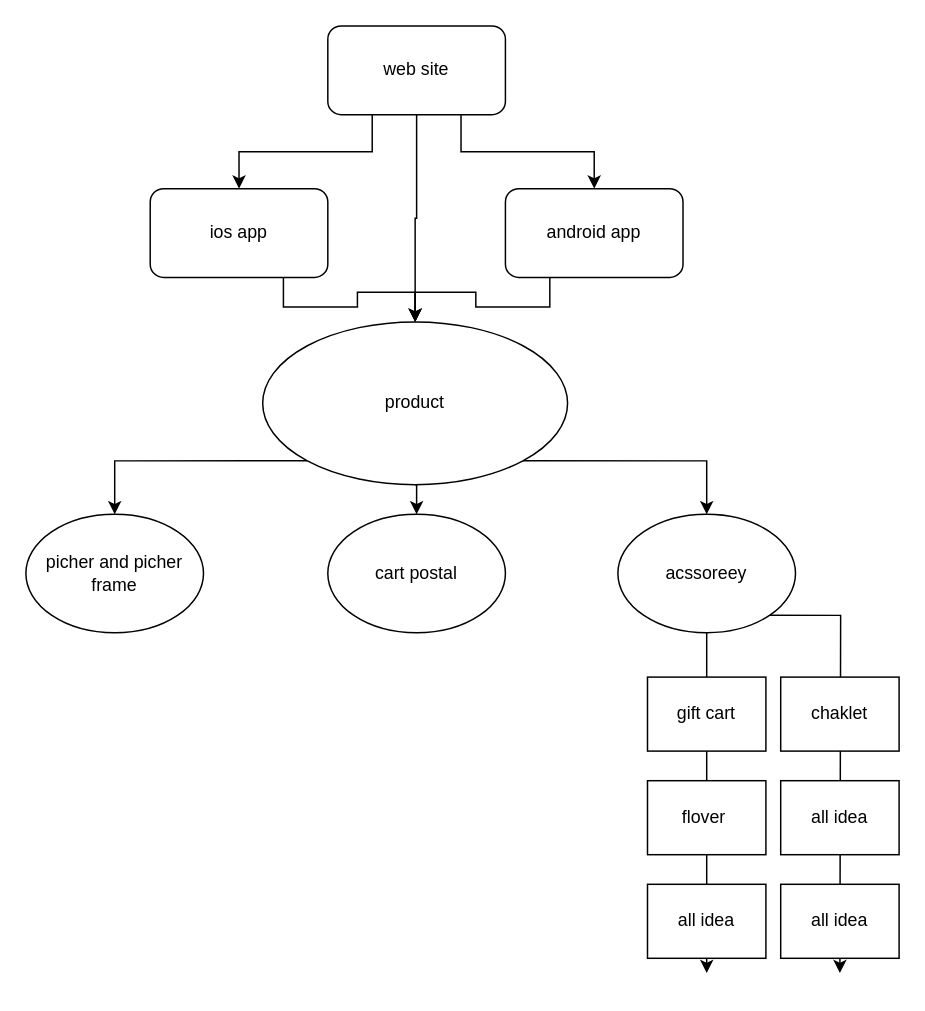
This is Untitled Diagram.drawio from beyazcreative/Library, a draw.io file, before an edit. Source tidied: cells renumbered, new cells numbered last; positions are measured from the earlier drawing's top-left corner, leaving out a move shared by most shapes. Both pictures are drawn from the tidied source at 148%, with x=0, y=0 at pixel (25, 25).
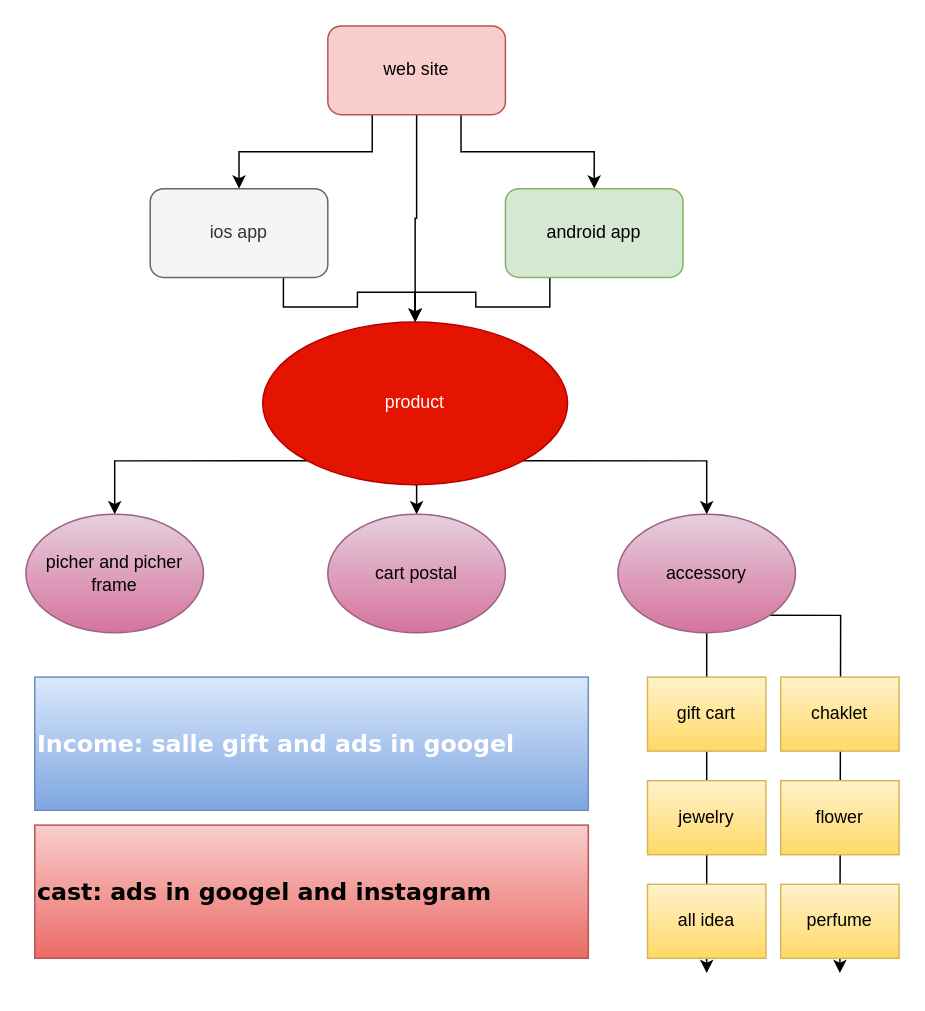
Above is the later version.

What changed in the source:
```diff
@@
-    <mxCell id="5" value="web site" style="rounded=1;whiteSpace=wrap;html=1;" parent="1" vertex="1">
+    <mxCell id="5" value="web site" style="rounded=1;whiteSpace=wrap;html=1;fillColor=#f8cecc;strokeColor=#b85450;" parent="1" vertex="1">
       <mxGeometry x="204" width="120" height="60" as="geometry" />
     </mxCell>
@@
-    <mxCell id="7" value="ios app" style="rounded=1;whiteSpace=wrap;html=1;" parent="1" vertex="1">
+    <mxCell id="7" value="ios app" style="rounded=1;whiteSpace=wrap;html=1;fillColor=#f5f5f5;strokeColor=#666666;fontColor=#333333;" parent="1" vertex="1">
       <mxGeometry x="84" y="110" width="120" height="60" as="geometry" />
     </mxCell>
@@
-    <mxCell id="9" value="android app" style="rounded=1;whiteSpace=wrap;html=1;" parent="1" vertex="1">
+    <mxCell id="9" value="android app" style="rounded=1;whiteSpace=wrap;html=1;fillColor=#d5e8d4;strokeColor=#82b366;" parent="1" vertex="1">
       <mxGeometry x="324" y="110" width="120" height="60" as="geometry" />
     </mxCell>
@@
-    <mxCell id="13" value="product" style="ellipse;whiteSpace=wrap;html=1;" parent="1" vertex="1">
+    <mxCell id="13" value="product" style="ellipse;whiteSpace=wrap;html=1;fillColor=#e51400;strokeColor=#B20000;fontColor=#ffffff;" parent="1" vertex="1">
       <mxGeometry x="160" y="200" width="206" height="110" as="geometry" />
     </mxCell>
-    <mxCell id="14" value="picher and picher frame" style="ellipse;whiteSpace=wrap;html=1;" parent="1" vertex="1">
+    <mxCell id="14" value="picher and picher frame" style="ellipse;whiteSpace=wrap;html=1;gradientColor=#d5739d;fillColor=#e6d0de;strokeColor=#996185;" parent="1" vertex="1">
       <mxGeometry y="330" width="120" height="80" as="geometry" />
     </mxCell>
-    <mxCell id="15" value="cart postal" style="ellipse;whiteSpace=wrap;html=1;" parent="1" vertex="1">
+    <mxCell id="15" value="cart postal" style="ellipse;whiteSpace=wrap;html=1;gradientColor=#d5739d;fillColor=#e6d0de;strokeColor=#996185;" parent="1" vertex="1">
       <mxGeometry x="204" y="330" width="120" height="80" as="geometry" />
     </mxCell>
@@
-    <mxCell id="18" value="acssoreey" style="ellipse;whiteSpace=wrap;html=1;" parent="1" vertex="1">
+    <mxCell id="18" value="accessory" style="ellipse;whiteSpace=wrap;html=1;gradientColor=#d5739d;fillColor=#e6d0de;strokeColor=#996185;" parent="1" vertex="1">
       <mxGeometry x="400" y="330" width="120" height="80" as="geometry" />
     </mxCell>
-    <mxCell id="19" value="gift cart" style="rounded=0;whiteSpace=wrap;html=1;" parent="1" vertex="1">
+    <mxCell id="19" value="gift cart" style="rounded=0;whiteSpace=wrap;html=1;gradientColor=#ffd966;fillColor=#fff2cc;strokeColor=#d6b656;" parent="1" vertex="1">
       <mxGeometry x="420" y="440" width="80" height="50" as="geometry" />
     </mxCell>
-    <mxCell id="20" value="flover&amp;nbsp;" style="rounded=0;whiteSpace=wrap;html=1;" parent="1" vertex="1">
+    <mxCell id="20" value="jewelry" style="rounded=0;whiteSpace=wrap;html=1;gradientColor=#ffd966;fillColor=#fff2cc;strokeColor=#d6b656;" parent="1" vertex="1">
       <mxGeometry x="420" y="510" width="80" height="50" as="geometry" />
     </mxCell>
-    <mxCell id="21" value="all idea" style="rounded=0;whiteSpace=wrap;html=1;" parent="1" vertex="1">
+    <mxCell id="21" value="all idea" style="rounded=0;whiteSpace=wrap;html=1;gradientColor=#ffd966;fillColor=#fff2cc;strokeColor=#d6b656;" parent="1" vertex="1">
       <mxGeometry x="420" y="580" width="80" height="50" as="geometry" />
     </mxCell>
-    <mxCell id="22" value="chaklet" style="rounded=0;whiteSpace=wrap;html=1;" parent="1" vertex="1">
+    <mxCell id="22" value="chaklet" style="rounded=0;whiteSpace=wrap;html=1;gradientColor=#ffd966;fillColor=#fff2cc;strokeColor=#d6b656;" parent="1" vertex="1">
       <mxGeometry x="510" y="440" width="80" height="50" as="geometry" />
     </mxCell>
-    <mxCell id="23" value="all idea" style="rounded=0;whiteSpace=wrap;html=1;" parent="1" vertex="1">
+    <mxCell id="23" value="flower" style="rounded=0;whiteSpace=wrap;html=1;gradientColor=#ffd966;fillColor=#fff2cc;strokeColor=#d6b656;" parent="1" vertex="1">
       <mxGeometry x="510" y="510" width="80" height="50" as="geometry" />
     </mxCell>
-    <mxCell id="24" value="all idea" style="rounded=0;whiteSpace=wrap;html=1;" parent="1" vertex="1">
+    <mxCell id="24" value="perfume" style="rounded=0;whiteSpace=wrap;html=1;gradientColor=#ffd966;fillColor=#fff2cc;strokeColor=#d6b656;" parent="1" vertex="1">
       <mxGeometry x="510" y="580" width="80" height="50" as="geometry" />
     </mxCell>
+    <mxCell id="25" value="Income: salle gift and ads in googel" style="rounded=0;whiteSpace=wrap;html=1;gradientColor=#7ea6e0;fillColor=#dae8fc;strokeColor=#6c8ebf;fontFamily=Verdana;fontStyle=1;fontColor=#FFFFFF;fontSize=16;align=left;" parent="1" vertex="1">
+      <mxGeometry x="6" y="440" width="374" height="90" as="geometry" />
+    </mxCell>
+    <mxCell id="26" value="cast: ads in googel and instagram" style="rounded=0;whiteSpace=wrap;html=1;gradientColor=#ea6b66;fillColor=#f8cecc;strokeColor=#b85450;fontFamily=Verdana;fontStyle=1;fontSize=16;align=left;" parent="1" vertex="1">
+      <mxGeometry x="6" y="540" width="374" height="90" as="geometry" />
+    </mxCell>
```
